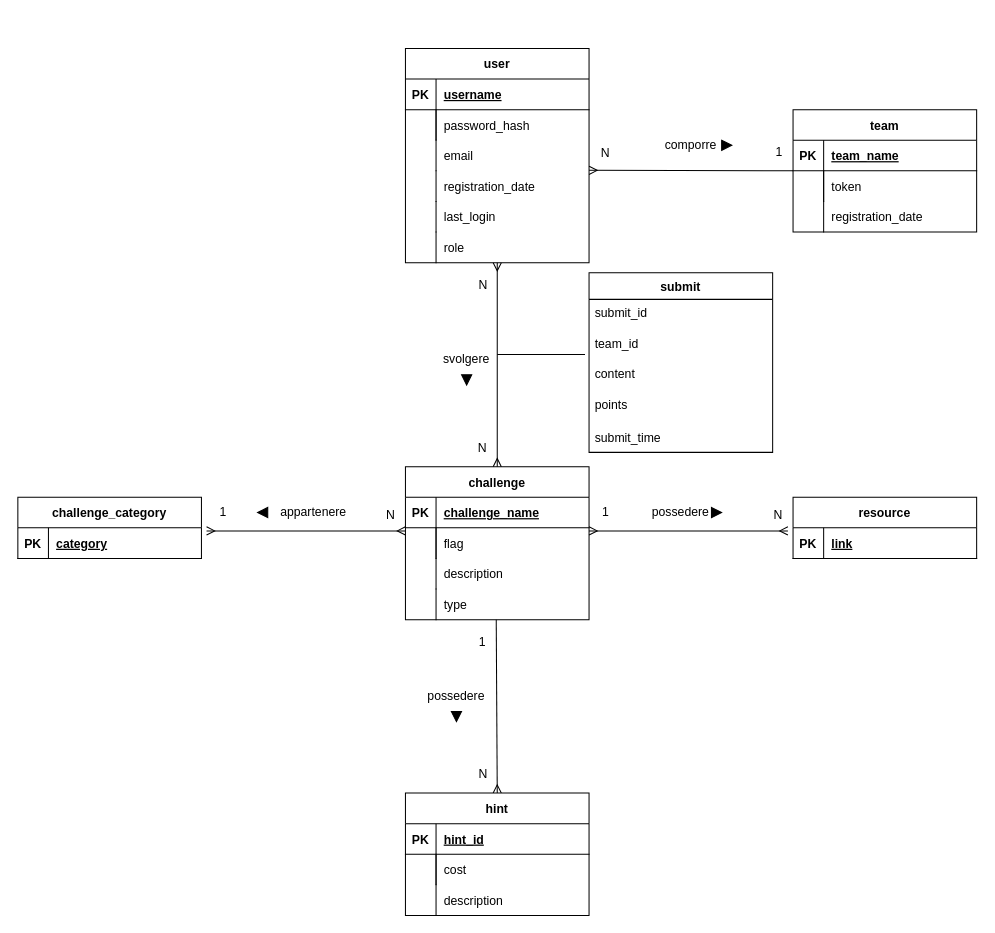
Before: db/ER_diagram.drawio in FeeeDz/H4ckUs4t1_CTF, a draw.io diagram. Source tidied: cells renumbered, new cells numbered last; positions are measured from the earlier drawing's top-left corner, leaving out a move shared by most shapes. Both pictures are drawn from the tidied source at 102%, with x=0, y=0 at pixel (17, 48).
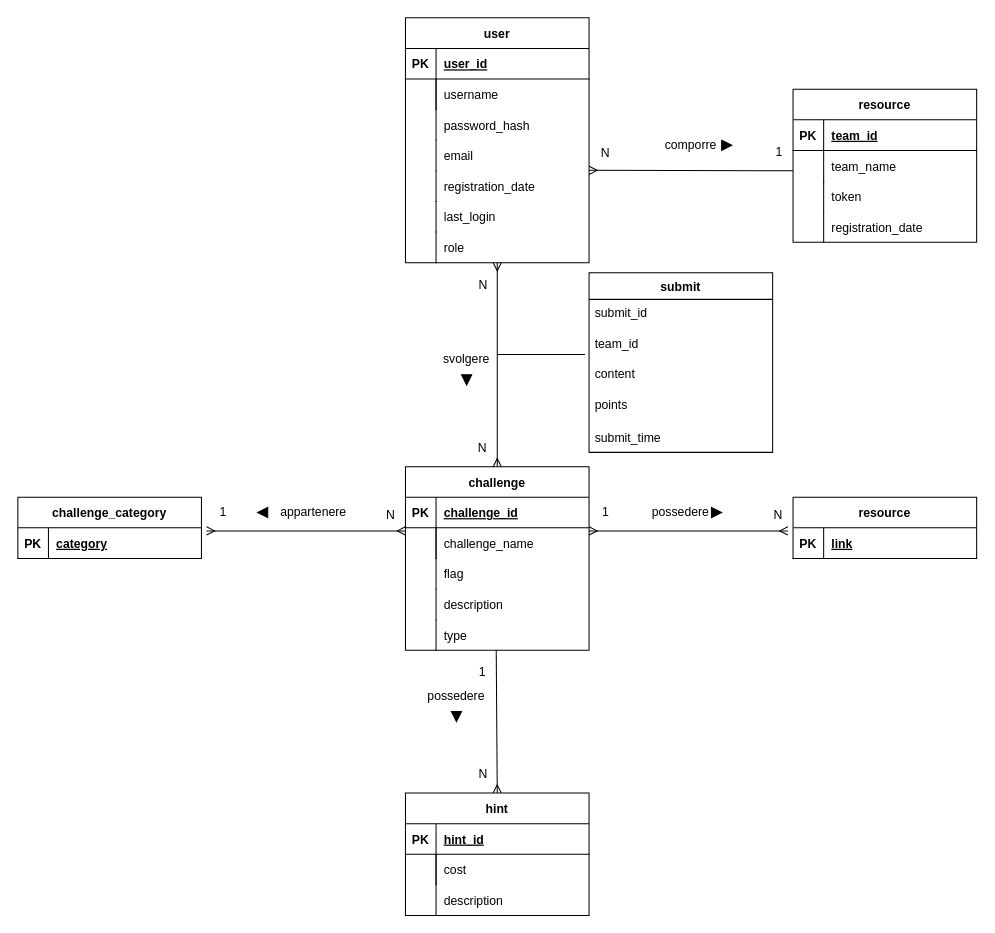
The same page after the edit.

Unchanged cells that the change refers to:
```xml
<mxCell id="16" style="shape=partialRectangle;fillColor=none;top=0;left=0;right=0;bottom=1;" parent="15" vertex="1">
  <mxGeometry y="30" width="180" height="30" as="geometry" />
</mxCell>
<mxCell id="19" style="shape=partialRectangle;fillColor=none;points=[[0,0.5],[1,0.5]];portConstraint=eastwest;top=0;left=0;right=0;bottom=0;" parent="15" vertex="1">
  <mxGeometry y="60" width="180" height="30" as="geometry" />
</mxCell>
<mxCell id="40" style="shape=partialRectangle;fillColor=none;top=0;left=0;right=0;bottom=1;" parent="39" vertex="1">
  <mxGeometry y="30" width="180" height="30" as="geometry" />
</mxCell>
<mxCell id="43" style="shape=partialRectangle;fillColor=none;top=0;left=0;right=0;bottom=0;" parent="39" vertex="1">
  <mxGeometry y="60" width="180" height="30" as="geometry" />
</mxCell>
<mxCell id="76" value="hint" style="shape=table;startSize=30;childLayout=tableLayout;rowLines=0;fontStyle=1;align=center;" parent="1" vertex="1">
  <mxGeometry x="380" y="730" width="180" height="120" as="geometry" />
</mxCell>
```

Change to the diagram source:
```diff
@@
-    <mxCell id="3" style="group;" parent="1" vertex="1">
-      <mxGeometry x="760" y="60" width="180" height="150" as="geometry" />
-    </mxCell>
-    <mxCell id="4" value="team" style="shape=table;startSize=30;childLayout=tableLayout;rowLines=0;fontStyle=1;align=center;" parent="3" vertex="1">
-      <mxGeometry width="180" height="120" as="geometry" />
-    </mxCell>
-    <mxCell id="5" style="shape=partialRectangle;fillColor=none;top=0;left=0;right=0;bottom=1;" parent="4" vertex="1">
-      <mxGeometry y="30" width="180" height="30" as="geometry" />
-    </mxCell>
-    <mxCell id="6" value="PK" style="shape=partialRectangle;overflow=hidden;fillColor=none;top=0;left=0;bottom=0;right=0;fontStyle=1;" parent="5" vertex="1">
-      <mxGeometry width="30" height="30" as="geometry" />
-    </mxCell>
-    <mxCell id="7" value="team_name" style="shape=partialRectangle;overflow=hidden;fillColor=none;top=0;left=0;bottom=0;right=0;align=left;spacingLeft=6;fontStyle=5;" parent="5" vertex="1">
-      <mxGeometry x="30" width="150" height="30" as="geometry" />
-    </mxCell>
-    <mxCell id="8" style="shape=partialRectangle;fillColor=none;top=0;left=0;right=0;bottom=0;" parent="4" vertex="1">
-      <mxGeometry y="60" width="180" height="30" as="geometry" />
-    </mxCell>
-    <mxCell id="9" style="shape=partialRectangle;overflow=hidden;fillColor=none;top=0;left=0;bottom=0;right=1;" parent="8" vertex="1">
-      <mxGeometry width="30" height="30" as="geometry" />
-    </mxCell>
-    <mxCell id="10" value="token" style="shape=partialRectangle;overflow=hidden;fillColor=none;top=0;left=0;bottom=0;right=0;align=left;spacingLeft=6;" parent="8" vertex="1">
-      <mxGeometry x="30" width="150" height="30" as="geometry" />
-    </mxCell>
-    <mxCell id="11" style="group;" parent="3" vertex="1">
-      <mxGeometry y="90" width="180" height="30" as="geometry" />
-    </mxCell>
-    <mxCell id="12" style="shape=partialRectangle;fillColor=none;top=0;left=0;right=0;bottom=0;" parent="11" vertex="1">
-      <mxGeometry width="180" height="30" as="geometry" />
-    </mxCell>
-    <mxCell id="13" style="shape=partialRectangle;overflow=hidden;fillColor=none;top=0;left=0;bottom=0;right=1;" parent="11" vertex="1">
-      <mxGeometry width="30" height="30" as="geometry" />
-    </mxCell>
-    <mxCell id="14" value="registration_date" style="shape=partialRectangle;overflow=hidden;fillColor=none;top=0;left=0;bottom=0;right=0;align=left;spacingLeft=6;" parent="11" vertex="1">
-      <mxGeometry x="30" width="150" height="30" as="geometry" />
-    </mxCell>
     <mxCell id="15" value="challenge" style="shape=table;startSize=30;childLayout=tableLayout;rowLines=0;fontStyle=1;align=center;" parent="1" vertex="1">
-      <mxGeometry x="380" y="410" width="180" height="150" as="geometry" />
+      <mxGeometry x="380" y="410" width="180" height="180" as="geometry" />
     </mxCell>
@@
-    <mxCell id="18" value="challenge_name" style="shape=partialRectangle;overflow=hidden;fillColor=none;top=0;left=0;bottom=0;right=0;align=left;spacingLeft=6;fontStyle=5;" parent="16" vertex="1">
+    <mxCell id="18" value="challenge_id" style="shape=partialRectangle;overflow=hidden;fillColor=none;top=0;left=0;bottom=0;right=0;align=left;spacingLeft=6;fontStyle=5;" parent="16" vertex="1">
       <mxGeometry x="30" width="150" height="30" as="geometry" />
     </mxCell>
@@
-    <mxCell id="21" value="flag" style="shape=partialRectangle;overflow=hidden;fillColor=none;top=0;left=0;bottom=0;right=0;align=left;spacingLeft=6;" parent="19" vertex="1">
+    <mxCell id="21" value="challenge_name" style="shape=partialRectangle;overflow=hidden;fillColor=none;top=0;left=0;bottom=0;right=0;align=left;spacingLeft=6;" parent="19" vertex="1">
       <mxGeometry x="30" width="150" height="30" as="geometry" />
     </mxCell>
@@
     <mxCell id="39" value="user" style="shape=table;startSize=30;childLayout=tableLayout;rowLines=0;fontStyle=1;align=center;" parent="1" vertex="1">
-      <mxGeometry x="380" width="180" height="210" as="geometry" />
+      <mxGeometry x="380" y="-30" width="180" height="240" as="geometry" />
     </mxCell>
@@
-    <mxCell id="42" value="username" style="shape=partialRectangle;overflow=hidden;fillColor=none;top=0;left=0;bottom=0;right=0;align=left;spacingLeft=6;fontStyle=5;" parent="40" vertex="1">
+    <mxCell id="42" value="user_id" style="shape=partialRectangle;overflow=hidden;fillColor=none;top=0;left=0;bottom=0;right=0;align=left;spacingLeft=6;fontStyle=5;" parent="40" vertex="1">
       <mxGeometry x="30" width="150" height="30" as="geometry" />
     </mxCell>
@@
-    <mxCell id="45" value="password_hash" style="shape=partialRectangle;overflow=hidden;fillColor=none;top=0;left=0;bottom=0;right=0;align=left;spacingLeft=6;" parent="43" vertex="1">
+    <mxCell id="45" value="username" style="shape=partialRectangle;overflow=hidden;fillColor=none;top=0;left=0;bottom=0;right=0;align=left;spacingLeft=6;" parent="43" vertex="1">
       <mxGeometry x="30" width="150" height="30" as="geometry" />
     </mxCell>
@@
     <mxCell id="60" style="shape=partialRectangle;fillColor=none;top=0;left=0;right=0;bottom=0;" parent="1" vertex="1">
-      <mxGeometry x="380" y="500" width="180" height="30" as="geometry" />
+      <mxGeometry x="380" y="530" width="180" height="30" as="geometry" />
     </mxCell>
@@
     <mxCell id="72" style="endArrow=none;html=1;rounded=0;startArrow=ERmany;startFill=0;exitX=0.5;exitY=0;exitDx=0;exitDy=0;" parent="1" edge="1" source="76">
       <mxGeometry relative="1" as="geometry">
-        <mxPoint x="469" y="560" as="targetPoint" />
+        <mxPoint x="469" y="590" as="targetPoint" />
       </mxGeometry>
     </mxCell>
@@
     <mxCell id="96" style="shape=partialRectangle;fillColor=none;top=0;left=0;right=0;bottom=0;" parent="1" vertex="1">
-      <mxGeometry x="380" y="530" width="180" height="30" as="geometry" />
+      <mxGeometry x="380" y="560" width="180" height="30" as="geometry" />
     </mxCell>
@@
+    <mxCell id="99" style="group;" parent="1" vertex="1">
+      <mxGeometry x="380" y="60" width="180" height="30" as="geometry" />
+    </mxCell>
+    <mxCell id="100" style="shape=partialRectangle;fillColor=none;top=0;left=0;right=0;bottom=0;" parent="99" vertex="1">
+      <mxGeometry width="180" height="30" as="geometry" />
+    </mxCell>
+    <mxCell id="101" style="shape=partialRectangle;overflow=hidden;fillColor=none;top=0;left=0;bottom=0;right=1;" parent="99" vertex="1">
+      <mxGeometry width="30" height="30" as="geometry" />
+    </mxCell>
+    <mxCell id="102" value="password_hash" style="shape=partialRectangle;overflow=hidden;fillColor=none;top=0;left=0;bottom=0;right=0;align=left;spacingLeft=6;" parent="99" vertex="1">
+      <mxGeometry x="30" width="150" height="30" as="geometry" />
+    </mxCell>
+    <mxCell id="103" value="resource" style="shape=table;startSize=30;childLayout=tableLayout;rowLines=0;fontStyle=1;align=center;" parent="1" vertex="1">
+      <mxGeometry x="760" y="40" width="180" height="150" as="geometry" />
+    </mxCell>
+    <mxCell id="5" style="shape=partialRectangle;fillColor=none;top=0;left=0;right=0;bottom=1;" parent="103" vertex="1">
+      <mxGeometry y="30" width="180" height="30" as="geometry" />
+    </mxCell>
+    <mxCell id="6" value="PK" style="shape=partialRectangle;overflow=hidden;fillColor=none;top=0;left=0;bottom=0;right=0;fontStyle=1;" parent="5" vertex="1">
+      <mxGeometry width="30" height="30" as="geometry" />
+    </mxCell>
+    <mxCell id="104" value="team_id" style="shape=partialRectangle;overflow=hidden;fillColor=none;top=0;left=0;bottom=0;right=0;align=left;spacingLeft=6;fontStyle=5;" parent="5" vertex="1">
+      <mxGeometry x="30" width="150" height="30" as="geometry" />
+    </mxCell>
+    <mxCell id="105" style="shape=partialRectangle;fillColor=none;top=0;left=0;right=0;bottom=0;" parent="1" vertex="1">
+      <mxGeometry x="760" y="130" width="180" height="30" as="geometry" />
+    </mxCell>
+    <mxCell id="106" style="shape=partialRectangle;overflow=hidden;fillColor=none;top=0;left=0;bottom=0;right=1;" parent="105" vertex="1">
+      <mxGeometry width="30" height="30" as="geometry" />
+    </mxCell>
+    <mxCell id="10" value="token" style="shape=partialRectangle;overflow=hidden;fillColor=none;top=0;left=0;bottom=0;right=0;align=left;spacingLeft=6;" parent="105" vertex="1">
+      <mxGeometry x="30" width="150" height="30" as="geometry" />
+    </mxCell>
+    <mxCell id="107" style="group;" parent="1" vertex="1">
+      <mxGeometry x="760" y="160" width="180" height="30" as="geometry" />
+    </mxCell>
+    <mxCell id="108" style="shape=partialRectangle;fillColor=none;top=0;left=0;right=0;bottom=0;" parent="107" vertex="1">
+      <mxGeometry width="180" height="30" as="geometry" />
+    </mxCell>
+    <mxCell id="109" style="shape=partialRectangle;overflow=hidden;fillColor=none;top=0;left=0;bottom=0;right=1;" parent="107" vertex="1">
+      <mxGeometry width="30" height="30" as="geometry" />
+    </mxCell>
+    <mxCell id="14" value="registration_date" style="shape=partialRectangle;overflow=hidden;fillColor=none;top=0;left=0;bottom=0;right=0;align=left;spacingLeft=6;" parent="107" vertex="1">
+      <mxGeometry x="30" width="150" height="30" as="geometry" />
+    </mxCell>
+    <mxCell id="110" style="group;" parent="1" vertex="1">
+      <mxGeometry x="760" y="101" width="180" height="30" as="geometry" />
+    </mxCell>
+    <mxCell id="111" style="shape=partialRectangle;fillColor=none;top=0;left=0;right=0;bottom=0;" parent="110" vertex="1">
+      <mxGeometry width="180" height="30" as="geometry" />
+    </mxCell>
+    <mxCell id="112" style="shape=partialRectangle;overflow=hidden;fillColor=none;top=0;left=0;bottom=0;right=1;" parent="110" vertex="1">
+      <mxGeometry width="30" height="30" as="geometry" />
+    </mxCell>
+    <mxCell id="7" value="team_name" style="shape=partialRectangle;overflow=hidden;fillColor=none;top=0;left=0;bottom=0;right=0;align=left;spacingLeft=6;" parent="110" vertex="1">
+      <mxGeometry x="30" width="150" height="30" as="geometry" />
+    </mxCell>
+    <mxCell id="113" style="shape=partialRectangle;fillColor=none;top=0;left=0;right=0;bottom=0;" parent="1" vertex="1">
+      <mxGeometry x="380" y="500" width="180" height="30" as="geometry" />
+    </mxCell>
+    <mxCell id="114" style="shape=partialRectangle;overflow=hidden;fillColor=none;top=0;left=0;bottom=0;right=1;" parent="113" vertex="1">
+      <mxGeometry width="30" height="30" as="geometry" />
+    </mxCell>
+    <mxCell id="115" value="flag" style="shape=partialRectangle;overflow=hidden;fillColor=none;top=0;left=0;bottom=0;right=0;align=left;spacingLeft=6;" parent="113" vertex="1">
+      <mxGeometry x="30" width="150" height="30" as="geometry" />
+    </mxCell>
```
